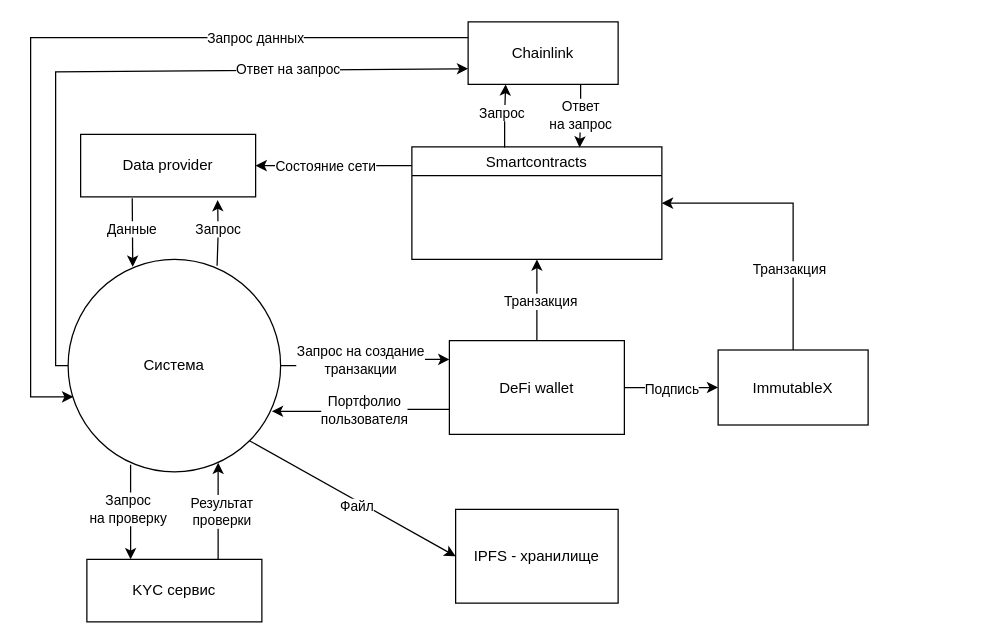
careock/diagrams keeps this draw.io diagram as CE/Контекстная.drawio. Above is the earlier version. Source tidied: cells renumbered, new cells numbered last; positions are measured from the earlier drawing's top-left corner, leaving out a move shared by most shapes. Both pictures are drawn from the tidied source at 125%, with x=0, y=0 at pixel (30, 21).
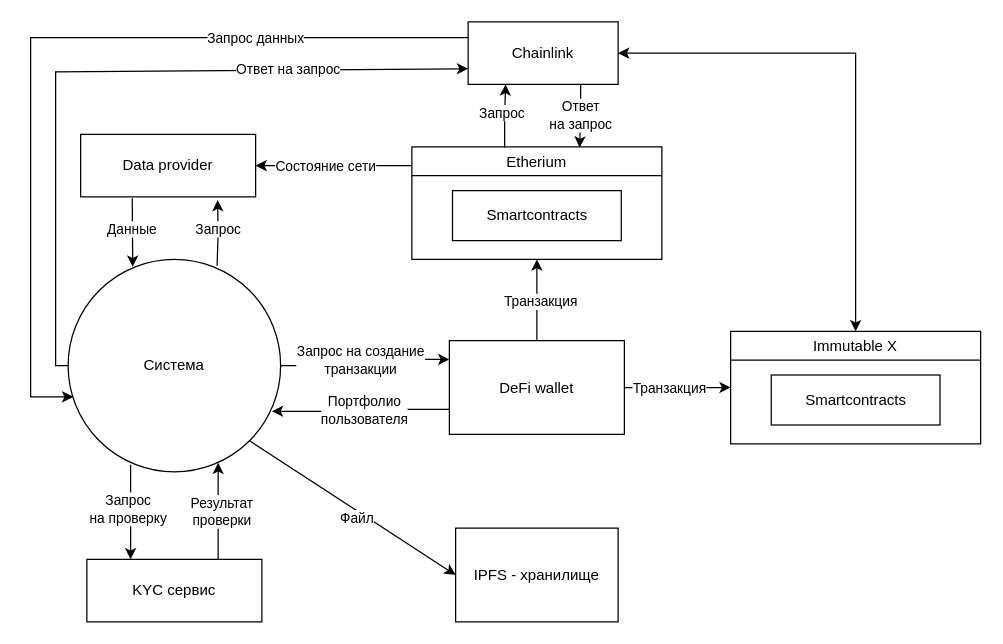
The same diagram, later.

The change refers to these unchanged cells:
```xml
<mxCell id="18" value="DeFi wallet" style="rounded=0;whiteSpace=wrap;html=1;" parent="1" vertex="1">
  <mxGeometry x="335" y="255" width="140" height="75" as="geometry" />
</mxCell>
<mxCell id="32" value="Chainlink" style="rounded=0;whiteSpace=wrap;html=1;" parent="1" vertex="1">
  <mxGeometry x="350" width="120" height="50" as="geometry" />
</mxCell>
```

Diff of the diagram source:
```diff
@@
-    <mxCell id="4" style="edgeStyle=orthogonalEdgeStyle;rounded=0;jettySize=auto;html=1;entryX=0.5;entryY=0;entryDx=0;entryDy=0;startArrow=classic;startFill=1;endArrow=none;endFill=0;exitX=1;exitY=0.5;exitDx=0;exitDy=0;" parent="1" edge="1" source="27" target="13">
-      <mxGeometry relative="1" as="geometry" />
-    </mxCell>
-    <mxCell id="5" value="Транзакция" style="edgeLabel;html=1;align=center;verticalAlign=middle;" parent="4" vertex="1">
-      <mxGeometry x="0.35" y="-2" relative="1" as="geometry">
-        <mxPoint x="-2" y="7" as="offset" />
-      </mxGeometry>
-    </mxCell>
@@
-    <mxCell id="11" style="edgeStyle=orthogonalEdgeStyle;rounded=0;jettySize=auto;html=1;startArrow=classic;startFill=1;endArrow=none;endFill=0;" parent="1" edge="1" source="13" target="18">
+    <mxCell id="11" style="edgeStyle=orthogonalEdgeStyle;rounded=0;jettySize=auto;html=1;startArrow=classic;startFill=1;endArrow=none;endFill=0;exitX=0;exitY=0.5;exitDx=0;exitDy=0;" parent="1" edge="1" source="42" target="18">
       <mxGeometry relative="1" as="geometry" />
     </mxCell>
-    <mxCell id="12" value="Подпись" style="edgeLabel;html=1;align=center;verticalAlign=middle;" parent="11" vertex="1">
-      <mxGeometry y="1" relative="1" as="geometry" />
+    <mxCell id="12" value="Транзакция" style="edgeLabel;html=1;align=center;verticalAlign=middle;" parent="11" vertex="1">
+      <mxGeometry y="1" relative="1" as="geometry">
+        <mxPoint x="-7" y="-1" as="offset" />
+      </mxGeometry>
     </mxCell>
-    <mxCell id="13" value="ImmutableX" style="rounded=0;whiteSpace=wrap;html=1;" parent="1" vertex="1">
-      <mxGeometry x="550" y="262.5" width="120" height="60" as="geometry" />
-    </mxCell>
+    <mxCell id="40" style="edgeStyle=orthogonalEdgeStyle;rounded=0;jettySize=auto;html=1;entryX=1;entryY=0.5;entryDx=0;entryDy=0;startArrow=classic;startFill=1;exitX=0.5;exitY=0;exitDx=0;exitDy=0;" parent="1" edge="1" source="42" target="32">
+      <mxGeometry relative="1" as="geometry">
+        <Array as="points">
+          <mxPoint x="660" y="25" />
+        </Array>
+      </mxGeometry>
+    </mxCell>
@@
     <mxCell id="26" value="IPFS - хранилище" style="rounded=0;whiteSpace=wrap;html=1;" parent="1" vertex="1">
-      <mxGeometry x="340" y="390" width="130" height="75" as="geometry" />
+      <mxGeometry x="340" y="405" width="130" height="75" as="geometry" />
     </mxCell>
-    <mxCell id="27" value="Smartcontracts" style="swimlane;startSize=23;fontStyle=0;" parent="1" vertex="1">
+    <mxCell id="27" value="Etherium" style="swimlane;startSize=23;fontStyle=0;" parent="1" vertex="1">
       <mxGeometry x="305" y="100" width="200" height="90" as="geometry" />
     </mxCell>
+    <mxCell id="41" value="Smartcontracts" style="rounded=0;whiteSpace=wrap;html=1;" parent="27" vertex="1">
+      <mxGeometry x="32.5" y="35" width="135" height="40" as="geometry" />
+    </mxCell>
@@
+    <mxCell id="42" value="Immutable X" style="swimlane;startSize=23;fontStyle=0;" parent="1" vertex="1">
+      <mxGeometry x="560" y="247.5" width="200" height="90" as="geometry" />
+    </mxCell>
+    <mxCell id="43" value="Smartcontracts" style="rounded=0;whiteSpace=wrap;html=1;" parent="42" vertex="1">
+      <mxGeometry x="32.5" y="35" width="135" height="40" as="geometry" />
+    </mxCell>
```
